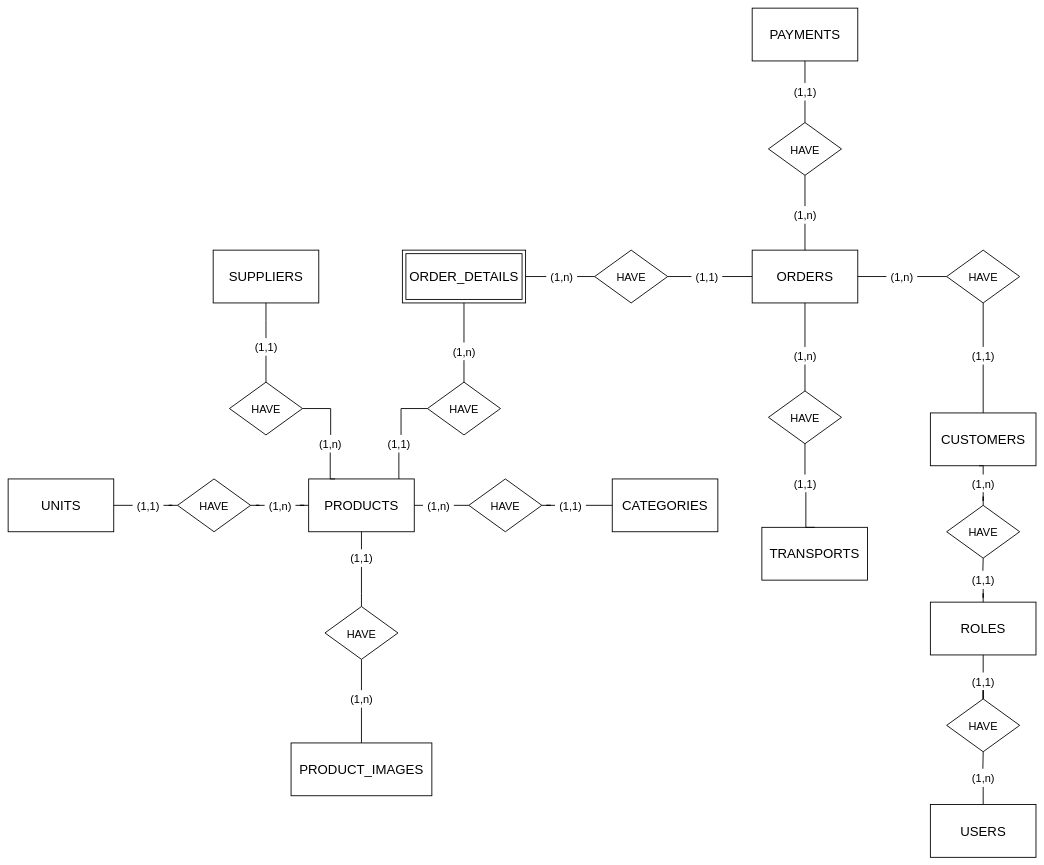
This is Documents/quan_he_thuc_the.drawio from anhnmt/spring-boot-multikart-management, a draw.io file, before an edit. Source tidied: cells renumbered, new cells numbered last; positions are measured from the earlier drawing's top-left corner, leaving out a move shared by most shapes. Both pictures are drawn from the tidied source at 44%, with x=0, y=0 at pixel (8, 8).
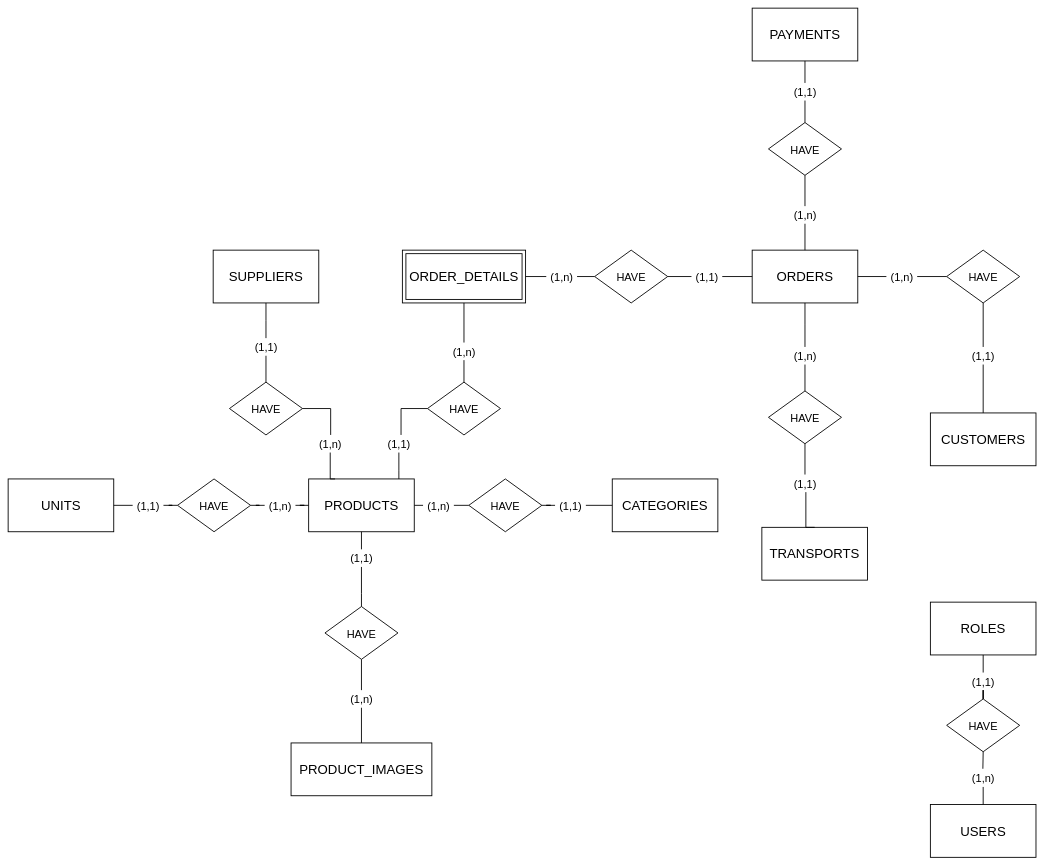
Above is the later version.

The change refers to these unchanged cells:
```xml
<mxCell id="76" value="&lt;span style=&quot;font-size: 30px;&quot;&gt;ROLES&lt;/span&gt;" style="rounded=0;whiteSpace=wrap;html=1;strokeWidth=2;" parent="1" vertex="1">
  <mxGeometry x="2096" y="1350" width="240" height="120" as="geometry" />
</mxCell>
```

What changed in the source:
```diff
@@
-    <mxCell id="84" value="&lt;font style=&quot;font-size: 25px;&quot;&gt;HAVE&lt;/font&gt;" style="rhombus;whiteSpace=wrap;html=1;fontSize=30;strokeWidth=2;" parent="1" vertex="1">
-      <mxGeometry x="2133" y="1130" width="166" height="120" as="geometry" />
-    </mxCell>
-    <mxCell id="85" style="endArrow=none;html=1;rounded=0;fontSize=25;exitX=0.49;exitY=-0.033;exitDx=0;exitDy=0;entryX=0.5;entryY=1;entryDx=0;entryDy=0;strokeWidth=2;startArrow=none;exitPerimeter=0;" parent="1" edge="1" source="90" target="84">
-      <mxGeometry relative="1" as="geometry" />
-    </mxCell>
-    <mxCell id="86" style="edgeStyle=orthogonalEdgeStyle;rounded=0;jettySize=auto;html=1;endArrow=none;endFill=0;strokeWidth=2;" parent="1" edge="1" source="88" target="84">
-      <mxGeometry relative="1" as="geometry" />
-    </mxCell>
-    <mxCell id="87" style="edgeStyle=orthogonalEdgeStyle;rounded=0;jettySize=auto;html=1;endArrow=none;endFill=0;strokeWidth=2;" parent="1" edge="1" source="88">
-      <mxGeometry relative="1" as="geometry">
-        <mxPoint x="2206" y="1040" as="targetPoint" />
-      </mxGeometry>
-    </mxCell>
-    <mxCell id="88" value="(1,n)" style="text;html=1;align=center;verticalAlign=middle;points=[];strokeColor=none;fillColor=none;fontSize=25;strokeWidth=2;" parent="1" vertex="1">
-      <mxGeometry x="2181" y="1060" width="70" height="40" as="geometry" />
-    </mxCell>
-    <mxCell id="89" style="edgeStyle=orthogonalEdgeStyle;rounded=0;jettySize=auto;html=1;endArrow=none;endFill=0;strokeWidth=2;" parent="1" edge="1" source="90" target="76">
-      <mxGeometry relative="1" as="geometry" />
-    </mxCell>
-    <mxCell id="90" value="(1,1)" style="text;html=1;align=center;verticalAlign=middle;points=[];strokeColor=none;fillColor=none;fontSize=25;strokeWidth=2;" parent="1" vertex="1">
-      <mxGeometry x="2181" y="1280" width="70" height="40" as="geometry" />
-    </mxCell>
```
